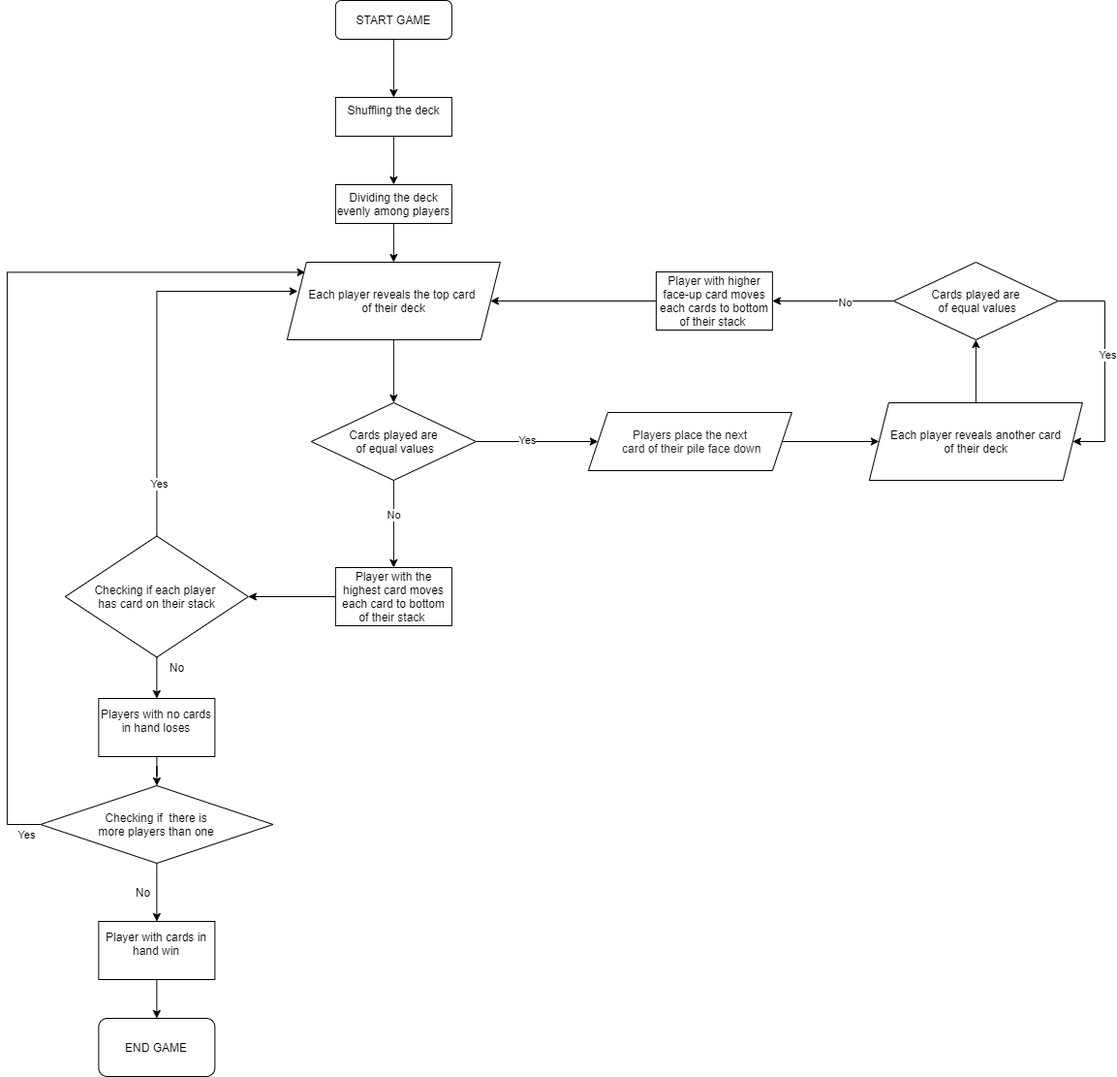
Earlier version of the draw.io export war_flowchart.png (Szymon-Skazinski/CHARTS). Source tidied: cells renumbered, new cells last; positions are measured from the earlier drawing's top-left corner, leaving out a move shared by most shapes.
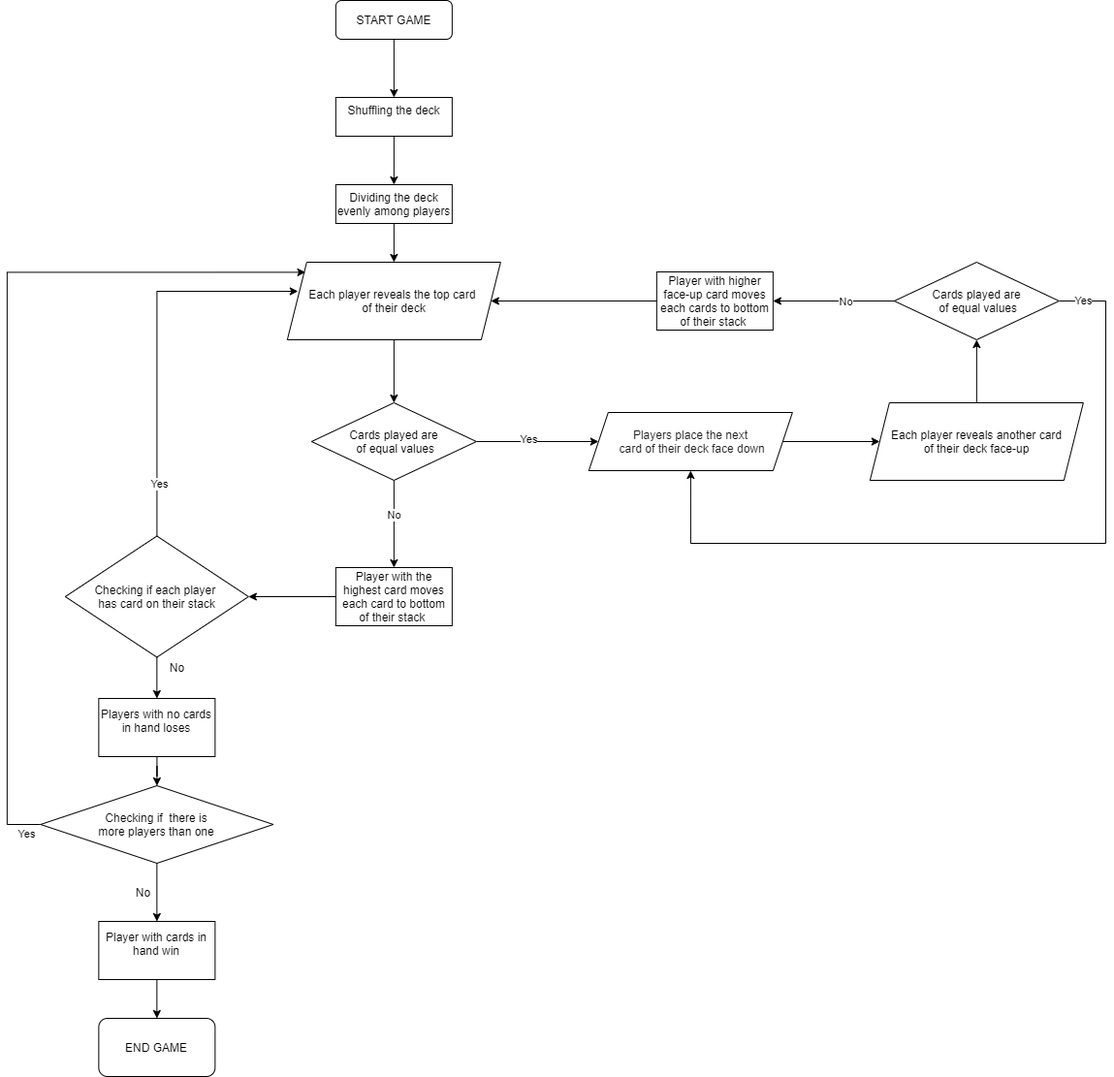
Later version of the same file.

Change to the diagram source:
```diff
@@ -53,7 +53,7 @@
     <mxCell id="18" style="edgeStyle=orthogonalEdgeStyle;rounded=0;jettySize=auto;html=1;" parent="1" edge="1" source="19" target="30">
       <mxGeometry relative="1" as="geometry" />
     </mxCell>
-    <mxCell id="19" value="Each player reveals another card&lt;br&gt;of their deck" style="shape=parallelogram;perimeter=parallelogramPerimeter;whiteSpace=wrap;html=1;fixedSize=1;rounded=0;shadow=0;strokeWidth=1;glass=0;" parent="1" vertex="1">
+    <mxCell id="19" value="Each player reveals another card&lt;br&gt;of their deck face-up" style="shape=parallelogram;perimeter=parallelogramPerimeter;whiteSpace=wrap;html=1;fixedSize=1;rounded=0;shadow=0;strokeWidth=1;glass=0;" parent="1" vertex="1">
       <mxGeometry x="889.9" y="415" width="220" height="80" as="geometry" />
     </mxCell>
     <mxCell id="20" style="edgeStyle=orthogonalEdgeStyle;rounded=0;jettySize=auto;html=1;entryX=0.05;entryY=0.375;entryDx=0;entryDy=0;entryPerimeter=0;" parent="1" edge="1" source="23" target="10">
@@ -78,16 +78,19 @@
     <mxCell id="25" value="&lt;div&gt;Players with no cards in hand loses&lt;/div&gt;&lt;div&gt;&lt;br&gt;&lt;/div&gt;" style="whiteSpace=wrap;html=1;rounded=0;shadow=0;strokeWidth=1;glass=0;" parent="1" vertex="1">
       <mxGeometry x="94.4" y="720" width="120" height="60" as="geometry" />
     </mxCell>
-    <mxCell id="26" style="edgeStyle=orthogonalEdgeStyle;rounded=0;jettySize=auto;html=1;entryX=1;entryY=0.5;entryDx=0;entryDy=0;" parent="1" edge="1" source="30" target="19">
+    <mxCell id="26" style="edgeStyle=orthogonalEdgeStyle;rounded=0;jettySize=auto;html=1;entryX=0.5;entryY=1;entryDx=0;entryDy=0;" parent="1" edge="1" source="30" target="34">
       <mxGeometry relative="1" as="geometry">
         <Array as="points">
-          <mxPoint x="1132.9" y="310" />
-          <mxPoint x="1132.9" y="455" />
+          <mxPoint x="1133" y="310" />
+          <mxPoint x="1133" y="560" />
+          <mxPoint x="705" y="560" />
         </Array>
       </mxGeometry>
     </mxCell>
     <mxCell id="27" value="Yes" style="edgeLabel;html=1;align=center;verticalAlign=middle;" parent="26" vertex="1">
-      <mxGeometry x="-0.08" y="3" relative="1" as="geometry" />
+      <mxGeometry x="-0.08" y="3" relative="1" as="geometry">
+        <mxPoint x="45.5" y="-253" as="offset" />
+      </mxGeometry>
     </mxCell>
     <mxCell id="28" style="edgeStyle=orthogonalEdgeStyle;rounded=0;jettySize=auto;html=1;" parent="1" edge="1" source="30" target="32">
       <mxGeometry relative="1" as="geometry" />
@@ -107,7 +110,7 @@
     <mxCell id="33" style="edgeStyle=orthogonalEdgeStyle;rounded=0;jettySize=auto;html=1;entryX=0;entryY=0.5;entryDx=0;entryDy=0;" parent="1" edge="1" source="34" target="19">
       <mxGeometry relative="1" as="geometry" />
     </mxCell>
-    <mxCell id="34" value="&lt;span style=&quot;color: rgb(32 , 33 , 34) ; font-family: sans-serif ; background-color: rgb(255 , 255 , 255)&quot;&gt;Players place the next&lt;br&gt;&amp;nbsp;card of their pile face down&lt;/span&gt;" style="shape=parallelogram;perimeter=parallelogramPerimeter;whiteSpace=wrap;html=1;fixedSize=1;rounded=0;shadow=0;strokeWidth=1;glass=0;" parent="1" vertex="1">
+    <mxCell id="34" value="&lt;span style=&quot;color: rgb(32 , 33 , 34) ; font-family: sans-serif ; background-color: rgb(255 , 255 , 255)&quot;&gt;Players place the next&lt;br&gt;&amp;nbsp;card of their deck face down&lt;/span&gt;" style="shape=parallelogram;perimeter=parallelogramPerimeter;whiteSpace=wrap;html=1;fixedSize=1;rounded=0;shadow=0;strokeWidth=1;glass=0;" parent="1" vertex="1">
       <mxGeometry x="599.9" y="425" width="210" height="60" as="geometry" />
     </mxCell>
     <mxCell id="35" style="edgeStyle=orthogonalEdgeStyle;rounded=0;jettySize=auto;html=1;entryX=0.085;entryY=0.13;entryDx=0;entryDy=0;entryPerimeter=0;" parent="1" edge="1" source="38" target="10">
```
